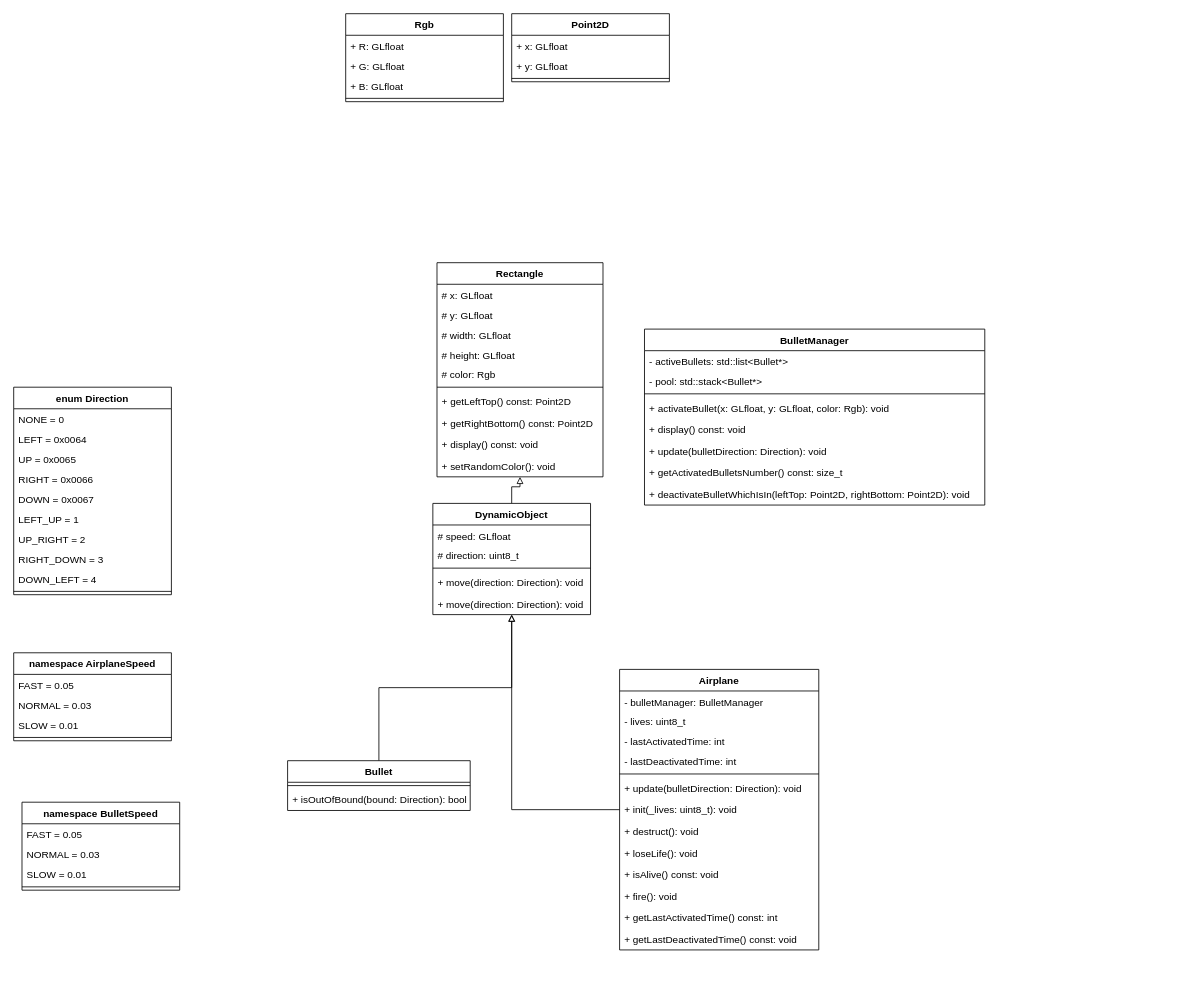
Before: docs/shmup.drawio in wooseokyourself/shmup, a draw.io diagram. Source tidied: cells renumbered, new cells numbered last; positions are measured from the earlier drawing's top-left corner, leaving out a move shared by most shapes. Both pictures are drawn from the tidied source at 83%, with x=0, y=0 at pixel (13, 13).
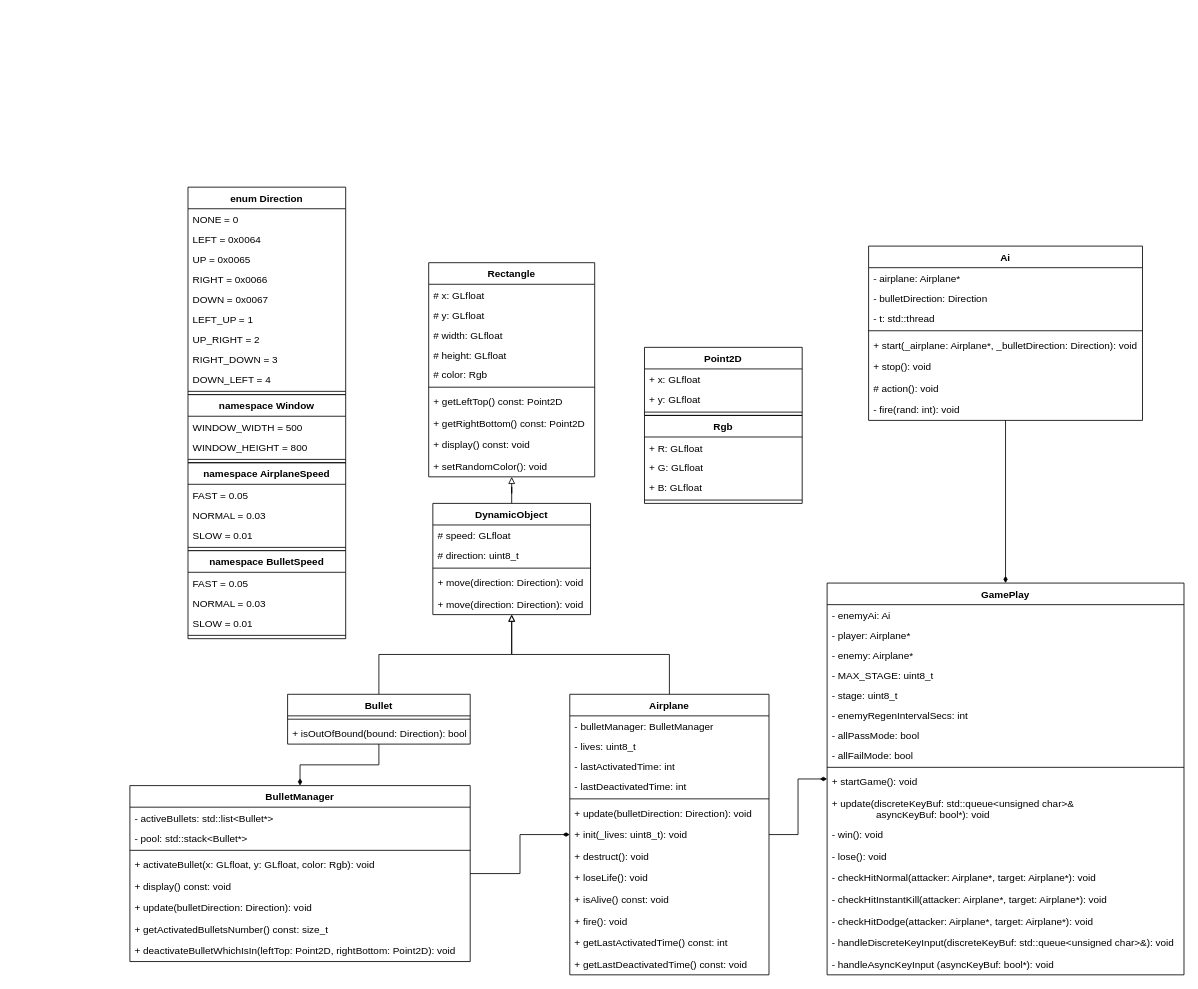
The same diagram, later.

The edit, as a diff of the source:
```diff
@@
     <mxCell id="2" value="Rectangle" style="swimlane;fontStyle=1;align=center;verticalAlign=top;horizontal=1;startSize=26;" parent="1" vertex="1">
-      <mxGeometry x="510" y="300" width="200" height="258" as="geometry" />
+      <mxGeometry x="500" y="300" width="200" height="258" as="geometry" />
     </mxCell>
@@
+    <mxCell id="78" style="edgeStyle=orthogonalEdgeStyle;rounded=0;jettySize=auto;html=1;endArrow=diamondThin;endFill=1;" parent="1" edge="1" source="21" target="59">
+      <mxGeometry relative="1" as="geometry" />
+    </mxCell>
     <mxCell id="21" value="Bullet" style="swimlane;fontStyle=1;align=center;verticalAlign=top;horizontal=1;startSize=26;" parent="1" vertex="1">
-      <mxGeometry x="330" y="900" width="220" height="60" as="geometry" />
+      <mxGeometry x="330" y="820" width="220" height="60" as="geometry" />
     </mxCell>
@@
-    <mxCell id="24" value="enum Direction" style="swimlane;fontStyle=1;align=center;verticalAlign=top;horizontal=1;startSize=26;" parent="1" vertex="1">
-      <mxGeometry y="450" width="190" height="250" as="geometry" />
-    </mxCell>
-    <mxCell id="25" value="NONE = 0" style="text;strokeColor=none;fillColor=none;align=left;verticalAlign=top;spacingLeft=4;spacingRight=4;overflow=hidden;" parent="24" vertex="1">
-      <mxGeometry y="26" width="190" height="24" as="geometry" />
-    </mxCell>
-    <mxCell id="26" value="LEFT = 0x0064" style="text;strokeColor=none;fillColor=none;align=left;verticalAlign=top;spacingLeft=4;spacingRight=4;overflow=hidden;" parent="24" vertex="1">
-      <mxGeometry y="50" width="190" height="24" as="geometry" />
-    </mxCell>
-    <mxCell id="27" value="UP = 0x0065" style="text;strokeColor=none;fillColor=none;align=left;verticalAlign=top;spacingLeft=4;spacingRight=4;overflow=hidden;" parent="24" vertex="1">
-      <mxGeometry y="74" width="190" height="24" as="geometry" />
-    </mxCell>
-    <mxCell id="28" value="RIGHT = 0x0066" style="text;strokeColor=none;fillColor=none;align=left;verticalAlign=top;spacingLeft=4;spacingRight=4;overflow=hidden;" parent="24" vertex="1">
-      <mxGeometry y="98" width="190" height="24" as="geometry" />
-    </mxCell>
-    <mxCell id="29" value="DOWN = 0x0067" style="text;strokeColor=none;fillColor=none;align=left;verticalAlign=top;spacingLeft=4;spacingRight=4;overflow=hidden;" parent="24" vertex="1">
-      <mxGeometry y="122" width="190" height="24" as="geometry" />
-    </mxCell>
-    <mxCell id="30" value="LEFT_UP = 1" style="text;strokeColor=none;fillColor=none;align=left;verticalAlign=top;spacingLeft=4;spacingRight=4;overflow=hidden;" parent="24" vertex="1">
-      <mxGeometry y="146" width="190" height="24" as="geometry" />
-    </mxCell>
-    <mxCell id="31" value="UP_RIGHT = 2" style="text;strokeColor=none;fillColor=none;align=left;verticalAlign=top;spacingLeft=4;spacingRight=4;overflow=hidden;" parent="24" vertex="1">
-      <mxGeometry y="170" width="190" height="24" as="geometry" />
-    </mxCell>
-    <mxCell id="32" value="RIGHT_DOWN = 3" style="text;strokeColor=none;fillColor=none;align=left;verticalAlign=top;spacingLeft=4;spacingRight=4;overflow=hidden;" parent="24" vertex="1">
-      <mxGeometry y="194" width="190" height="24" as="geometry" />
-    </mxCell>
-    <mxCell id="33" value="DOWN_LEFT = 4" style="text;strokeColor=none;fillColor=none;align=left;verticalAlign=top;spacingLeft=4;spacingRight=4;overflow=hidden;" parent="24" vertex="1">
-      <mxGeometry y="218" width="190" height="24" as="geometry" />
-    </mxCell>
-    <mxCell id="34" style="line;strokeWidth=1;fillColor=none;align=left;verticalAlign=middle;spacingTop=-1;spacingLeft=3;spacingRight=3;labelPosition=right;" parent="24" vertex="1">
-      <mxGeometry y="242" width="190" height="8" as="geometry" />
-    </mxCell>
@@
+    <mxCell id="79" style="edgeStyle=orthogonalEdgeStyle;rounded=0;jettySize=auto;html=1;endArrow=diamondThin;endFill=1;" parent="1" edge="1" source="36" target="81">
+      <mxGeometry relative="1" as="geometry" />
+    </mxCell>
     <mxCell id="36" value="Airplane" style="swimlane;fontStyle=1;align=center;verticalAlign=top;horizontal=1;startSize=26;" parent="1" vertex="1">
-      <mxGeometry x="730" y="790" width="240" height="338" as="geometry" />
+      <mxGeometry x="670" y="820" width="240" height="338" as="geometry" />
     </mxCell>
@@
-    <mxCell id="50" value="Rgb" style="swimlane;fontStyle=1;align=center;verticalAlign=top;horizontal=1;startSize=26;" parent="1" vertex="1">
-      <mxGeometry x="400" width="190" height="106" as="geometry" />
-    </mxCell>
-    <mxCell id="51" value="+ R: GLfloat" style="text;strokeColor=none;fillColor=none;align=left;verticalAlign=top;spacingLeft=4;spacingRight=4;overflow=hidden;" parent="50" vertex="1">
-      <mxGeometry y="26" width="190" height="24" as="geometry" />
-    </mxCell>
-    <mxCell id="52" value="+ G: GLfloat" style="text;strokeColor=none;fillColor=none;align=left;verticalAlign=top;spacingLeft=4;spacingRight=4;overflow=hidden;" parent="50" vertex="1">
-      <mxGeometry y="50" width="190" height="24" as="geometry" />
-    </mxCell>
-    <mxCell id="53" value="+ B: GLfloat" style="text;strokeColor=none;fillColor=none;align=left;verticalAlign=top;spacingLeft=4;spacingRight=4;overflow=hidden;" parent="50" vertex="1">
-      <mxGeometry y="74" width="190" height="24" as="geometry" />
-    </mxCell>
-    <mxCell id="54" style="line;strokeWidth=1;fillColor=none;align=left;verticalAlign=middle;spacingTop=-1;spacingLeft=3;spacingRight=3;labelPosition=right;" parent="50" vertex="1">
-      <mxGeometry y="98" width="190" height="8" as="geometry" />
-    </mxCell>
-    <mxCell id="55" value="Point2D" style="swimlane;fontStyle=1;align=center;verticalAlign=top;horizontal=1;startSize=26;" parent="1" vertex="1">
-      <mxGeometry x="600" width="190" height="82" as="geometry" />
-    </mxCell>
-    <mxCell id="56" value="+ x: GLfloat" style="text;strokeColor=none;fillColor=none;align=left;verticalAlign=top;spacingLeft=4;spacingRight=4;overflow=hidden;" parent="55" vertex="1">
-      <mxGeometry y="26" width="190" height="24" as="geometry" />
-    </mxCell>
-    <mxCell id="57" value="+ y: GLfloat" style="text;strokeColor=none;fillColor=none;align=left;verticalAlign=top;spacingLeft=4;spacingRight=4;overflow=hidden;" parent="55" vertex="1">
-      <mxGeometry y="50" width="190" height="24" as="geometry" />
-    </mxCell>
-    <mxCell id="58" style="line;strokeWidth=1;fillColor=none;align=left;verticalAlign=middle;spacingTop=-1;spacingLeft=3;spacingRight=3;labelPosition=right;" parent="55" vertex="1">
-      <mxGeometry y="74" width="190" height="8" as="geometry" />
-    </mxCell>
+    <mxCell id="80" style="edgeStyle=orthogonalEdgeStyle;rounded=0;jettySize=auto;html=1;endArrow=diamondThin;endFill=1;" parent="1" edge="1" source="59" target="36">
+      <mxGeometry relative="1" as="geometry" />
+    </mxCell>
     <mxCell id="59" value="BulletManager" style="swimlane;fontStyle=1;align=center;verticalAlign=top;horizontal=1;startSize=26;" parent="1" vertex="1">
-      <mxGeometry x="760" y="380" width="410" height="212" as="geometry" />
+      <mxGeometry x="140" y="930" width="410" height="212" as="geometry" />
     </mxCell>
@@
+    <mxCell id="81" value="GamePlay" style="swimlane;fontStyle=1;align=center;verticalAlign=top;horizontal=1;startSize=26;" parent="1" vertex="1">
+      <mxGeometry x="980" y="686" width="430" height="472" as="geometry" />
+    </mxCell>
+    <mxCell id="82" value="- enemyAi: Ai" style="text;strokeColor=none;fillColor=none;align=left;verticalAlign=top;spacingLeft=4;spacingRight=4;overflow=hidden;" parent="81" vertex="1">
+      <mxGeometry y="26" width="430" height="24" as="geometry" />
+    </mxCell>
+    <mxCell id="83" value="- player: Airplane*" style="text;strokeColor=none;fillColor=none;align=left;verticalAlign=top;spacingLeft=4;spacingRight=4;overflow=hidden;" parent="81" vertex="1">
+      <mxGeometry y="50" width="430" height="24" as="geometry" />
+    </mxCell>
+    <mxCell id="84" value="- enemy: Airplane*" style="text;strokeColor=none;fillColor=none;align=left;verticalAlign=top;spacingLeft=4;spacingRight=4;overflow=hidden;" parent="81" vertex="1">
+      <mxGeometry y="74" width="430" height="24" as="geometry" />
+    </mxCell>
+    <mxCell id="85" value="- MAX_STAGE: uint8_t" style="text;strokeColor=none;fillColor=none;align=left;verticalAlign=top;spacingLeft=4;spacingRight=4;overflow=hidden;" parent="81" vertex="1">
+      <mxGeometry y="98" width="430" height="24" as="geometry" />
+    </mxCell>
+    <mxCell id="86" value="- stage: uint8_t" style="text;strokeColor=none;fillColor=none;align=left;verticalAlign=top;spacingLeft=4;spacingRight=4;overflow=hidden;" parent="81" vertex="1">
+      <mxGeometry y="122" width="430" height="24" as="geometry" />
+    </mxCell>
+    <mxCell id="87" value="- enemyRegenIntervalSecs: int" style="text;strokeColor=none;fillColor=none;align=left;verticalAlign=top;spacingLeft=4;spacingRight=4;overflow=hidden;" parent="81" vertex="1">
+      <mxGeometry y="146" width="430" height="24" as="geometry" />
+    </mxCell>
+    <mxCell id="88" value="- allPassMode: bool" style="text;strokeColor=none;fillColor=none;align=left;verticalAlign=top;spacingLeft=4;spacingRight=4;overflow=hidden;" parent="81" vertex="1">
+      <mxGeometry y="170" width="430" height="24" as="geometry" />
+    </mxCell>
+    <mxCell id="89" value="- allFailMode: bool" style="text;strokeColor=none;fillColor=none;align=left;verticalAlign=top;spacingLeft=4;spacingRight=4;overflow=hidden;" parent="81" vertex="1">
+      <mxGeometry y="194" width="430" height="24" as="geometry" />
+    </mxCell>
+    <mxCell id="90" style="line;strokeWidth=1;fillColor=none;align=left;verticalAlign=middle;spacingTop=-1;spacingLeft=3;spacingRight=3;labelPosition=right;" parent="81" vertex="1">
+      <mxGeometry y="218" width="430" height="8" as="geometry" />
+    </mxCell>
+    <mxCell id="91" value="+ startGame(): void" style="text;strokeColor=none;fillColor=none;align=left;verticalAlign=top;spacingLeft=4;spacingRight=4;overflow=hidden;" parent="81" vertex="1">
+      <mxGeometry y="226" width="430" height="26" as="geometry" />
+    </mxCell>
+    <mxCell id="92" value="+ update(discreteKeyBuf: std::queue&lt;unsigned char&gt;&amp;&#10;                asyncKeyBuf: bool*): void" style="text;strokeColor=none;fillColor=none;align=left;verticalAlign=top;spacingLeft=4;spacingRight=4;overflow=hidden;" parent="81" vertex="1">
+      <mxGeometry y="252" width="430" height="38" as="geometry" />
+    </mxCell>
+    <mxCell id="93" value="- win(): void" style="text;strokeColor=none;fillColor=none;align=left;verticalAlign=top;spacingLeft=4;spacingRight=4;overflow=hidden;" parent="81" vertex="1">
+      <mxGeometry y="290" width="430" height="26" as="geometry" />
+    </mxCell>
+    <mxCell id="94" value="- lose(): void" style="text;strokeColor=none;fillColor=none;align=left;verticalAlign=top;spacingLeft=4;spacingRight=4;overflow=hidden;" parent="81" vertex="1">
+      <mxGeometry y="316" width="430" height="26" as="geometry" />
+    </mxCell>
+    <mxCell id="95" value="- checkHitNormal(attacker: Airplane*, target: Airplane*): void" style="text;strokeColor=none;fillColor=none;align=left;verticalAlign=top;spacingLeft=4;spacingRight=4;overflow=hidden;" parent="81" vertex="1">
+      <mxGeometry y="342" width="430" height="26" as="geometry" />
+    </mxCell>
+    <mxCell id="96" value="- checkHitInstantKill(attacker: Airplane*, target: Airplane*): void" style="text;strokeColor=none;fillColor=none;align=left;verticalAlign=top;spacingLeft=4;spacingRight=4;overflow=hidden;" parent="81" vertex="1">
+      <mxGeometry y="368" width="430" height="26" as="geometry" />
+    </mxCell>
+    <mxCell id="97" value="- checkHitDodge(attacker: Airplane*, target: Airplane*): void" style="text;strokeColor=none;fillColor=none;align=left;verticalAlign=top;spacingLeft=4;spacingRight=4;overflow=hidden;" parent="81" vertex="1">
+      <mxGeometry y="394" width="430" height="26" as="geometry" />
+    </mxCell>
+    <mxCell id="98" value="- handleDiscreteKeyInput(discreteKeyBuf: std::queue&lt;unsigned char&gt;&amp;): void" style="text;strokeColor=none;fillColor=none;align=left;verticalAlign=top;spacingLeft=4;spacingRight=4;overflow=hidden;" parent="81" vertex="1">
+      <mxGeometry y="420" width="430" height="26" as="geometry" />
+    </mxCell>
+    <mxCell id="99" value="- handleAsyncKeyInput (asyncKeyBuf: bool*): void" style="text;strokeColor=none;fillColor=none;align=left;verticalAlign=top;spacingLeft=4;spacingRight=4;overflow=hidden;" parent="81" vertex="1">
+      <mxGeometry y="446" width="430" height="26" as="geometry" />
+    </mxCell>
+    <mxCell id="100" style="edgeStyle=orthogonalEdgeStyle;rounded=0;jettySize=auto;html=1;endArrow=diamondThin;endFill=1;" parent="1" edge="1" source="101" target="81">
+      <mxGeometry relative="1" as="geometry" />
+    </mxCell>
+    <mxCell id="101" value="Ai" style="swimlane;fontStyle=1;align=center;verticalAlign=top;horizontal=1;startSize=26;" parent="1" vertex="1">
+      <mxGeometry x="1030" y="280" width="330" height="210" as="geometry" />
+    </mxCell>
+    <mxCell id="102" value="- airplane: Airplane*" style="text;strokeColor=none;fillColor=none;align=left;verticalAlign=top;spacingLeft=4;spacingRight=4;overflow=hidden;" parent="101" vertex="1">
+      <mxGeometry y="26" width="330" height="24" as="geometry" />
+    </mxCell>
+    <mxCell id="103" value="- bulletDirection: Direction" style="text;strokeColor=none;fillColor=none;align=left;verticalAlign=top;spacingLeft=4;spacingRight=4;overflow=hidden;" parent="101" vertex="1">
+      <mxGeometry y="50" width="330" height="24" as="geometry" />
+    </mxCell>
+    <mxCell id="104" value="- t: std::thread" style="text;strokeColor=none;fillColor=none;align=left;verticalAlign=top;spacingLeft=4;spacingRight=4;overflow=hidden;" parent="101" vertex="1">
+      <mxGeometry y="74" width="330" height="24" as="geometry" />
+    </mxCell>
+    <mxCell id="105" style="line;strokeWidth=1;fillColor=none;align=left;verticalAlign=middle;spacingTop=-1;spacingLeft=3;spacingRight=3;labelPosition=right;" parent="101" vertex="1">
+      <mxGeometry y="98" width="330" height="8" as="geometry" />
+    </mxCell>
+    <mxCell id="106" value="+ start(_airplane: Airplane*, _bulletDirection: Direction): void" style="text;strokeColor=none;fillColor=none;align=left;verticalAlign=top;spacingLeft=4;spacingRight=4;overflow=hidden;" parent="101" vertex="1">
+      <mxGeometry y="106" width="330" height="26" as="geometry" />
+    </mxCell>
+    <mxCell id="107" value="+ stop(): void" style="text;strokeColor=none;fillColor=none;align=left;verticalAlign=top;spacingLeft=4;spacingRight=4;overflow=hidden;" parent="101" vertex="1">
+      <mxGeometry y="132" width="330" height="26" as="geometry" />
+    </mxCell>
+    <mxCell id="108" value="# action(): void" style="text;strokeColor=none;fillColor=none;align=left;verticalAlign=top;spacingLeft=4;spacingRight=4;overflow=hidden;" parent="101" vertex="1">
+      <mxGeometry y="158" width="330" height="26" as="geometry" />
+    </mxCell>
+    <mxCell id="109" value="- fire(rand: int): void" style="text;strokeColor=none;fillColor=none;align=left;verticalAlign=top;spacingLeft=4;spacingRight=4;overflow=hidden;" parent="101" vertex="1">
+      <mxGeometry y="184" width="330" height="26" as="geometry" />
+    </mxCell>
+    <mxCell id="110" style="group;" parent="1" vertex="1">
+      <mxGeometry x="210" y="209" width="190" height="544" as="geometry" />
+    </mxCell>
+    <mxCell id="24" value="enum Direction" style="swimlane;fontStyle=1;align=center;verticalAlign=top;horizontal=1;startSize=26;" parent="110" vertex="1">
+      <mxGeometry width="190" height="250" as="geometry" />
+    </mxCell>
+    <mxCell id="25" value="NONE = 0" style="text;strokeColor=none;fillColor=none;align=left;verticalAlign=top;spacingLeft=4;spacingRight=4;overflow=hidden;" parent="24" vertex="1">
+      <mxGeometry y="26" width="190" height="24" as="geometry" />
+    </mxCell>
+    <mxCell id="26" value="LEFT = 0x0064" style="text;strokeColor=none;fillColor=none;align=left;verticalAlign=top;spacingLeft=4;spacingRight=4;overflow=hidden;" parent="24" vertex="1">
+      <mxGeometry y="50" width="190" height="24" as="geometry" />
+    </mxCell>
+    <mxCell id="27" value="UP = 0x0065" style="text;strokeColor=none;fillColor=none;align=left;verticalAlign=top;spacingLeft=4;spacingRight=4;overflow=hidden;" parent="24" vertex="1">
+      <mxGeometry y="74" width="190" height="24" as="geometry" />
+    </mxCell>
+    <mxCell id="28" value="RIGHT = 0x0066" style="text;strokeColor=none;fillColor=none;align=left;verticalAlign=top;spacingLeft=4;spacingRight=4;overflow=hidden;" parent="24" vertex="1">
+      <mxGeometry y="98" width="190" height="24" as="geometry" />
+    </mxCell>
+    <mxCell id="29" value="DOWN = 0x0067" style="text;strokeColor=none;fillColor=none;align=left;verticalAlign=top;spacingLeft=4;spacingRight=4;overflow=hidden;" parent="24" vertex="1">
+      <mxGeometry y="122" width="190" height="24" as="geometry" />
+    </mxCell>
+    <mxCell id="30" value="LEFT_UP = 1" style="text;strokeColor=none;fillColor=none;align=left;verticalAlign=top;spacingLeft=4;spacingRight=4;overflow=hidden;" parent="24" vertex="1">
+      <mxGeometry y="146" width="190" height="24" as="geometry" />
+    </mxCell>
+    <mxCell id="31" value="UP_RIGHT = 2" style="text;strokeColor=none;fillColor=none;align=left;verticalAlign=top;spacingLeft=4;spacingRight=4;overflow=hidden;" parent="24" vertex="1">
+      <mxGeometry y="170" width="190" height="24" as="geometry" />
+    </mxCell>
+    <mxCell id="32" value="RIGHT_DOWN = 3" style="text;strokeColor=none;fillColor=none;align=left;verticalAlign=top;spacingLeft=4;spacingRight=4;overflow=hidden;" parent="24" vertex="1">
+      <mxGeometry y="194" width="190" height="24" as="geometry" />
+    </mxCell>
+    <mxCell id="33" value="DOWN_LEFT = 4" style="text;strokeColor=none;fillColor=none;align=left;verticalAlign=top;spacingLeft=4;spacingRight=4;overflow=hidden;" parent="24" vertex="1">
+      <mxGeometry y="218" width="190" height="24" as="geometry" />
+    </mxCell>
+    <mxCell id="34" style="line;strokeWidth=1;fillColor=none;align=left;verticalAlign=middle;spacingTop=-1;spacingLeft=3;spacingRight=3;labelPosition=right;" parent="24" vertex="1">
+      <mxGeometry y="242" width="190" height="8" as="geometry" />
+    </mxCell>
-    <mxCell id="68" value="namespace AirplaneSpeed" style="swimlane;fontStyle=1;align=center;verticalAlign=top;horizontal=1;startSize=26;" parent="1" vertex="1">
-      <mxGeometry y="770" width="190" height="106" as="geometry" />
+    <mxCell id="68" value="namespace AirplaneSpeed" style="swimlane;fontStyle=1;align=center;verticalAlign=top;horizontal=1;startSize=26;" parent="110" vertex="1">
+      <mxGeometry y="332" width="190" height="106" as="geometry" />
     </mxCell>
@@
-    <mxCell id="73" value="namespace BulletSpeed" style="swimlane;fontStyle=1;align=center;verticalAlign=top;horizontal=1;startSize=26;" parent="1" vertex="1">
-      <mxGeometry x="10" y="950" width="190" height="106" as="geometry" />
+    <mxCell id="73" value="namespace BulletSpeed" style="swimlane;fontStyle=1;align=center;verticalAlign=top;horizontal=1;startSize=26;" parent="110" vertex="1">
+      <mxGeometry y="438" width="190" height="106" as="geometry" />
     </mxCell>
@@
+    <mxCell id="111" value="namespace Window" style="swimlane;fontStyle=1;align=center;verticalAlign=top;horizontal=1;startSize=26;" parent="110" vertex="1">
+      <mxGeometry y="250" width="190" height="82" as="geometry" />
+    </mxCell>
+    <mxCell id="112" value="WINDOW_WIDTH = 500" style="text;strokeColor=none;fillColor=none;align=left;verticalAlign=top;spacingLeft=4;spacingRight=4;overflow=hidden;" parent="111" vertex="1">
+      <mxGeometry y="26" width="190" height="24" as="geometry" />
+    </mxCell>
+    <mxCell id="113" value="WINDOW_HEIGHT = 800" style="text;strokeColor=none;fillColor=none;align=left;verticalAlign=top;spacingLeft=4;spacingRight=4;overflow=hidden;" parent="111" vertex="1">
+      <mxGeometry y="50" width="190" height="24" as="geometry" />
+    </mxCell>
+    <mxCell id="114" style="line;strokeWidth=1;fillColor=none;align=left;verticalAlign=middle;spacingTop=-1;spacingLeft=3;spacingRight=3;labelPosition=right;" parent="111" vertex="1">
+      <mxGeometry y="74" width="190" height="8" as="geometry" />
+    </mxCell>
+    <mxCell id="115" style="group;" parent="1" vertex="1">
+      <mxGeometry x="760" y="402" width="190" height="188" as="geometry" />
+    </mxCell>
+    <mxCell id="50" value="Rgb" style="swimlane;fontStyle=1;align=center;verticalAlign=top;horizontal=1;startSize=26;" parent="115" vertex="1">
+      <mxGeometry y="82" width="190" height="106" as="geometry" />
+    </mxCell>
+    <mxCell id="51" value="+ R: GLfloat" style="text;strokeColor=none;fillColor=none;align=left;verticalAlign=top;spacingLeft=4;spacingRight=4;overflow=hidden;" parent="50" vertex="1">
+      <mxGeometry y="26" width="190" height="24" as="geometry" />
+    </mxCell>
+    <mxCell id="52" value="+ G: GLfloat" style="text;strokeColor=none;fillColor=none;align=left;verticalAlign=top;spacingLeft=4;spacingRight=4;overflow=hidden;" parent="50" vertex="1">
+      <mxGeometry y="50" width="190" height="24" as="geometry" />
+    </mxCell>
+    <mxCell id="53" value="+ B: GLfloat" style="text;strokeColor=none;fillColor=none;align=left;verticalAlign=top;spacingLeft=4;spacingRight=4;overflow=hidden;" parent="50" vertex="1">
+      <mxGeometry y="74" width="190" height="24" as="geometry" />
+    </mxCell>
+    <mxCell id="54" style="line;strokeWidth=1;fillColor=none;align=left;verticalAlign=middle;spacingTop=-1;spacingLeft=3;spacingRight=3;labelPosition=right;" parent="50" vertex="1">
+      <mxGeometry y="98" width="190" height="8" as="geometry" />
+    </mxCell>
+    <mxCell id="55" value="Point2D" style="swimlane;fontStyle=1;align=center;verticalAlign=top;horizontal=1;startSize=26;" parent="115" vertex="1">
+      <mxGeometry width="190" height="82" as="geometry" />
+    </mxCell>
+    <mxCell id="56" value="+ x: GLfloat" style="text;strokeColor=none;fillColor=none;align=left;verticalAlign=top;spacingLeft=4;spacingRight=4;overflow=hidden;" parent="55" vertex="1">
+      <mxGeometry y="26" width="190" height="24" as="geometry" />
+    </mxCell>
+    <mxCell id="57" value="+ y: GLfloat" style="text;strokeColor=none;fillColor=none;align=left;verticalAlign=top;spacingLeft=4;spacingRight=4;overflow=hidden;" parent="55" vertex="1">
+      <mxGeometry y="50" width="190" height="24" as="geometry" />
+    </mxCell>
+    <mxCell id="58" style="line;strokeWidth=1;fillColor=none;align=left;verticalAlign=middle;spacingTop=-1;spacingLeft=3;spacingRight=3;labelPosition=right;" parent="55" vertex="1">
+      <mxGeometry y="74" width="190" height="8" as="geometry" />
+    </mxCell>
```
